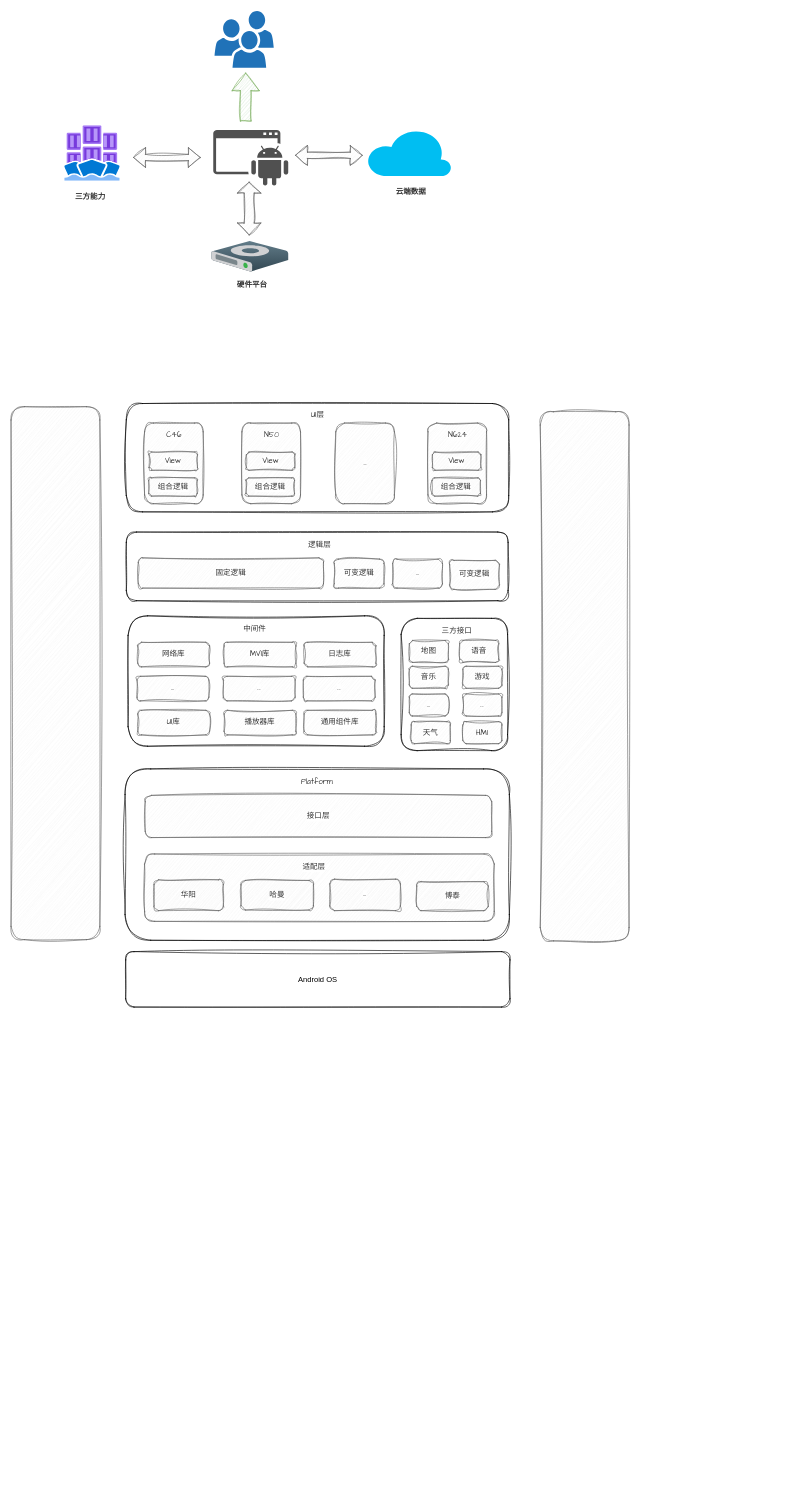
Earlier version of the draw.io diagram PPT.drawio (TryLoveCatch/charts). Source tidied: cells renumbered, new cells numbered last; positions are measured from the earlier drawing's top-left corner, leaving out a move shared by most shapes. Both pictures are drawn from the tidied source at 63%, with x=0, y=0 at pixel (11, 11).
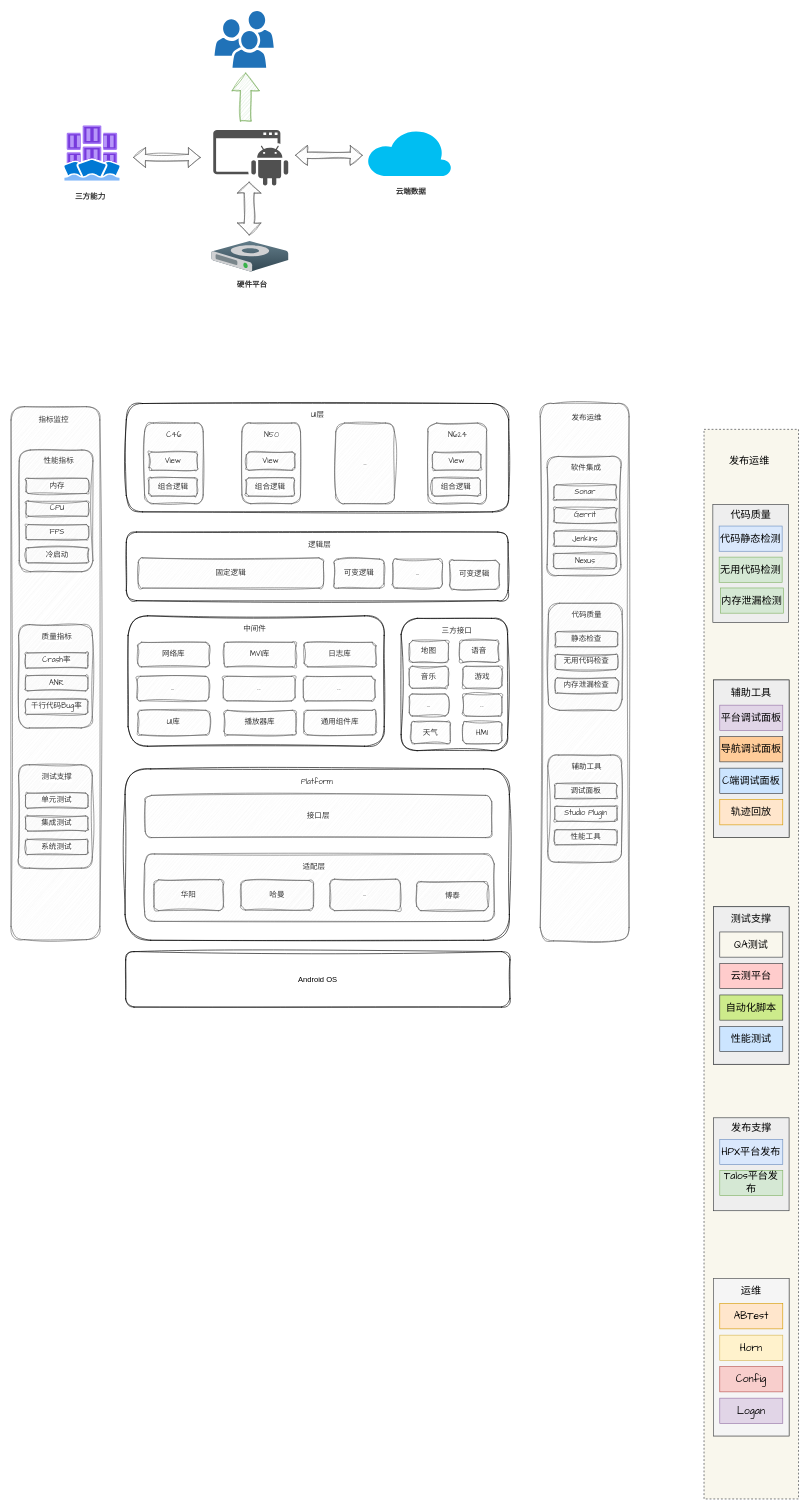
Above is the later version.

Diff of the diagram source:
```diff
@@
     <mxCell id="43" style="rounded=1;whiteSpace=wrap;html=1;sketch=1;jiggle=2;curveFitting=1;strokeColor=#666666;align=center;verticalAlign=middle;fontFamily=Comic Sans MS;fontSize=12;fontColor=#333333;labelBackgroundColor=default;fillColor=#f5f5f5;" parent="1" vertex="1">
-      <mxGeometry x="840" y="636" width="141" height="840" as="geometry" />
+      <mxGeometry x="840" y="623" width="141" height="853" as="geometry" />
     </mxCell>
@@
+    <mxCell id="68" style="rounded=0;whiteSpace=wrap;html=1;dashed=1;fillColor=#f9f7ed;strokeColor=#36393d;fontSize=16;fontFamily=Comic Sans MS;" parent="1" vertex="1">
+      <mxGeometry x="1100" y="664" width="150" height="1697.8" as="geometry" />
+    </mxCell>
+    <mxCell id="69" style="group;fontSize=16;fontFamily=Comic Sans MS;fillColor=#f9f7ed;strokeColor=#36393d;" parent="1" vertex="1">
+      <mxGeometry x="1115" y="1421.8" width="120" height="250" as="geometry" />
+    </mxCell>
+    <mxCell id="70" style="rounded=0;whiteSpace=wrap;html=1;fontSize=16;fontFamily=Comic Sans MS;fillColor=#eeeeee;strokeColor=#36393d;" parent="69" vertex="1">
+      <mxGeometry width="120" height="250" as="geometry" />
+    </mxCell>
+    <mxCell id="71" value="测试支撑" style="text;html=1;strokeColor=none;fillColor=none;align=center;verticalAlign=middle;whiteSpace=wrap;rounded=0;fontSize=16;fontFamily=Comic Sans MS;" parent="69" vertex="1">
+      <mxGeometry x="25" y="10" width="70" height="20" as="geometry" />
+    </mxCell>
+    <mxCell id="72" value="QA测试" style="rounded=0;whiteSpace=wrap;html=1;fontSize=16;fontFamily=Comic Sans MS;fillColor=#f9f7ed;strokeColor=#36393d;" parent="69" vertex="1">
+      <mxGeometry x="10" y="40" width="100" height="40" as="geometry" />
+    </mxCell>
+    <mxCell id="73" value="云测平台" style="rounded=0;whiteSpace=wrap;html=1;fontSize=16;fontFamily=Comic Sans MS;fillColor=#ffcccc;strokeColor=#36393d;" parent="69" vertex="1">
+      <mxGeometry x="10" y="90" width="100" height="40" as="geometry" />
+    </mxCell>
+    <mxCell id="74" value="自动化脚本" style="rounded=0;whiteSpace=wrap;html=1;fontSize=16;fontFamily=Comic Sans MS;fillColor=#cdeb8b;strokeColor=#36393d;" parent="69" vertex="1">
+      <mxGeometry x="10" y="140" width="100" height="40" as="geometry" />
+    </mxCell>
+    <mxCell id="75" value="性能测试" style="rounded=0;whiteSpace=wrap;html=1;fontSize=16;fontFamily=Comic Sans MS;fillColor=#cce5ff;strokeColor=#36393d;" parent="69" vertex="1">
+      <mxGeometry x="10" y="190" width="100" height="40" as="geometry" />
+    </mxCell>
+    <mxCell id="76" style="group;fillColor=#eeeeee;strokeColor=#36393d;fontSize=16;fontFamily=Comic Sans MS;" parent="1" vertex="1">
+      <mxGeometry x="1115" y="2011.8" width="120" height="250" as="geometry" />
+    </mxCell>
+    <mxCell id="77" style="rounded=0;whiteSpace=wrap;html=1;fontSize=16;fontFamily=Comic Sans MS;fillColor=#f5f5f5;strokeColor=#666666;fontColor=#333333;" parent="76" vertex="1">
+      <mxGeometry width="120" height="250" as="geometry" />
+    </mxCell>
+    <mxCell id="78" value="运维" style="text;html=1;strokeColor=none;fillColor=none;align=center;verticalAlign=middle;whiteSpace=wrap;rounded=0;fontSize=16;fontFamily=Comic Sans MS;" parent="76" vertex="1">
+      <mxGeometry x="25" y="10" width="70" height="20" as="geometry" />
+    </mxCell>
+    <mxCell id="79" value="ABTest" style="rounded=0;whiteSpace=wrap;html=1;fontSize=16;fontFamily=Comic Sans MS;fillColor=#ffe6cc;strokeColor=#d79b00;" parent="76" vertex="1">
+      <mxGeometry x="10" y="40" width="100" height="40" as="geometry" />
+    </mxCell>
+    <mxCell id="80" value="Horn" style="rounded=0;whiteSpace=wrap;html=1;fontSize=16;fontFamily=Comic Sans MS;fillColor=#fff2cc;strokeColor=#d6b656;" parent="76" vertex="1">
+      <mxGeometry x="10" y="90" width="100" height="40" as="geometry" />
+    </mxCell>
+    <mxCell id="81" value="Config" style="rounded=0;whiteSpace=wrap;html=1;fontSize=16;fontFamily=Comic Sans MS;fillColor=#f8cecc;strokeColor=#b85450;" parent="76" vertex="1">
+      <mxGeometry x="10" y="140" width="100" height="40" as="geometry" />
+    </mxCell>
+    <mxCell id="82" value="Logan" style="rounded=0;whiteSpace=wrap;html=1;fontSize=16;fontFamily=Comic Sans MS;fillColor=#e1d5e7;strokeColor=#9673a6;" parent="76" vertex="1">
+      <mxGeometry x="10" y="190" width="100" height="40" as="geometry" />
+    </mxCell>
+    <mxCell id="83" style="rounded=0;whiteSpace=wrap;html=1;fontSize=16;fontFamily=Comic Sans MS;fillColor=#eeeeee;strokeColor=#36393d;" parent="1" vertex="1">
+      <mxGeometry x="1114" y="783.2" width="120" height="187.5" as="geometry" />
+    </mxCell>
+    <mxCell id="84" value="代码质量" style="text;html=1;strokeColor=none;fillColor=none;align=center;verticalAlign=middle;whiteSpace=wrap;rounded=0;fontSize=16;fontFamily=Comic Sans MS;" parent="1" vertex="1">
+      <mxGeometry x="1137.5" y="790.2" width="73" height="20" as="geometry" />
+    </mxCell>
+    <mxCell id="85" value="代码静态检测" style="rounded=0;whiteSpace=wrap;html=1;fontSize=16;fontFamily=Comic Sans MS;fillColor=#dae8fc;strokeColor=#6c8ebf;" parent="1" vertex="1">
+      <mxGeometry x="1124" y="817.5" width="100" height="40" as="geometry" />
+    </mxCell>
+    <mxCell id="86" value="无用代码检测" style="rounded=0;whiteSpace=wrap;html=1;fontSize=16;fontFamily=Comic Sans MS;fillColor=#d5e8d4;strokeColor=#82b366;" parent="1" vertex="1">
+      <mxGeometry x="1124" y="866.8" width="100" height="40" as="geometry" />
+    </mxCell>
+    <mxCell id="87" value="发布运维" style="text;html=1;strokeColor=none;fillColor=none;align=center;verticalAlign=middle;whiteSpace=wrap;rounded=0;dashed=1;fontSize=16;fontFamily=Comic Sans MS;" parent="1" vertex="1">
+      <mxGeometry x="1137" y="704" width="70" height="20" as="geometry" />
+    </mxCell>
+    <mxCell id="88" style="rounded=0;whiteSpace=wrap;html=1;fontSize=16;fontFamily=Comic Sans MS;fillColor=#eeeeee;strokeColor=#36393d;" parent="1" vertex="1">
+      <mxGeometry x="1115" y="1756.8" width="120" height="147.5" as="geometry" />
+    </mxCell>
+    <mxCell id="89" value="发布支撑" style="text;html=1;strokeColor=none;fillColor=none;align=center;verticalAlign=middle;whiteSpace=wrap;rounded=0;fontSize=16;fontFamily=Comic Sans MS;" parent="1" vertex="1">
+      <mxGeometry x="1138.5" y="1763.8" width="73" height="20" as="geometry" />
+    </mxCell>
+    <mxCell id="90" value="HPX平台发布" style="rounded=0;whiteSpace=wrap;html=1;fontSize=16;fontFamily=Comic Sans MS;fillColor=#dae8fc;strokeColor=#6c8ebf;" parent="1" vertex="1">
+      <mxGeometry x="1125" y="1791" width="100" height="40" as="geometry" />
+    </mxCell>
+    <mxCell id="91" value="Talos平台发布" style="rounded=0;whiteSpace=wrap;html=1;fontSize=16;fontFamily=Comic Sans MS;fillColor=#d5e8d4;strokeColor=#82b366;" parent="1" vertex="1">
+      <mxGeometry x="1125" y="1840.2" width="100" height="40" as="geometry" />
+    </mxCell>
+    <mxCell id="92" value="内存泄漏检测" style="rounded=0;whiteSpace=wrap;html=1;fontSize=16;fontFamily=Comic Sans MS;fillColor=#d5e8d4;strokeColor=#82b366;" parent="1" vertex="1">
+      <mxGeometry x="1126" y="915.8" width="100" height="40" as="geometry" />
+    </mxCell>
+    <mxCell id="93" style="group;fontSize=16;fontFamily=Comic Sans MS;fillColor=#ffff88;strokeColor=#36393d;" parent="1" vertex="1">
+      <mxGeometry x="1115" y="1061.8" width="120" height="250" as="geometry" />
+    </mxCell>
+    <mxCell id="94" style="rounded=0;whiteSpace=wrap;html=1;fontSize=16;fontFamily=Comic Sans MS;fillColor=#eeeeee;strokeColor=#36393d;" parent="93" vertex="1">
+      <mxGeometry width="120" height="250" as="geometry" />
+    </mxCell>
+    <mxCell id="95" value="辅助工具" style="text;html=1;strokeColor=none;fillColor=none;align=center;verticalAlign=middle;whiteSpace=wrap;rounded=0;fontSize=16;fontFamily=Comic Sans MS;" parent="93" vertex="1">
+      <mxGeometry x="25" y="10" width="70" height="20" as="geometry" />
+    </mxCell>
+    <mxCell id="96" value="平台调试面板" style="rounded=0;whiteSpace=wrap;html=1;fontSize=16;fontFamily=Comic Sans MS;fillColor=#e1d5e7;strokeColor=#9673a6;" parent="93" vertex="1">
+      <mxGeometry x="10" y="40" width="100" height="40" as="geometry" />
+    </mxCell>
+    <mxCell id="97" value="导航调试面板" style="rounded=0;whiteSpace=wrap;html=1;fontSize=16;fontFamily=Comic Sans MS;fillColor=#ffcc99;strokeColor=#36393d;" parent="93" vertex="1">
+      <mxGeometry x="10" y="90" width="100" height="40" as="geometry" />
+    </mxCell>
+    <mxCell id="98" value="C端调试面板" style="rounded=0;whiteSpace=wrap;html=1;fontSize=16;fontFamily=Comic Sans MS;fillColor=#cce5ff;strokeColor=#36393d;" parent="93" vertex="1">
+      <mxGeometry x="10" y="140" width="100" height="40" as="geometry" />
+    </mxCell>
+    <mxCell id="99" value="轨迹回放" style="rounded=0;whiteSpace=wrap;html=1;fontSize=16;fontFamily=Comic Sans MS;fillColor=#ffe6cc;strokeColor=#d79b00;" parent="93" vertex="1">
+      <mxGeometry x="10" y="190" width="100" height="40" as="geometry" />
+    </mxCell>
+    <mxCell id="100" value="发布运维" style="text;html=1;align=center;verticalAlign=middle;whiteSpace=wrap;rounded=0;fontFamily=Comic Sans MS;fontSize=12;fontColor=#333333;labelBackgroundColor=default;" parent="1" vertex="1">
+      <mxGeometry x="883.5" y="631" width="60" height="30" as="geometry" />
+    </mxCell>
+    <mxCell id="101" style="rounded=1;whiteSpace=wrap;html=1;sketch=1;jiggle=2;curveFitting=1;strokeColor=#666666;align=center;verticalAlign=middle;fontFamily=Comic Sans MS;fontSize=12;fontColor=#333333;labelBackgroundColor=default;fillColor=#f5f5f5;" parent="1" vertex="1">
+      <mxGeometry x="851" y="707" width="117" height="189" as="geometry" />
+    </mxCell>
+    <mxCell id="102" value="软件集成" style="text;html=1;align=center;verticalAlign=middle;whiteSpace=wrap;rounded=0;fontFamily=Comic Sans MS;fontSize=12;fontColor=#333333;labelBackgroundColor=default;" parent="1" vertex="1">
+      <mxGeometry x="882.5" y="711" width="60" height="30" as="geometry" />
+    </mxCell>
+    <mxCell id="103" value="Sonar" style="rounded=1;whiteSpace=wrap;html=1;sketch=1;jiggle=2;curveFitting=1;strokeColor=#666666;align=center;verticalAlign=middle;fontFamily=Comic Sans MS;fontSize=12;fontColor=#333333;labelBackgroundColor=default;fillColor=#f5f5f5;" parent="1" vertex="1">
+      <mxGeometry x="862" y="752" width="99" height="24" as="geometry" />
+    </mxCell>
+    <mxCell id="104" value="Gerrit" style="rounded=1;whiteSpace=wrap;html=1;sketch=1;jiggle=2;curveFitting=1;strokeColor=#666666;align=center;verticalAlign=middle;fontFamily=Comic Sans MS;fontSize=12;fontColor=#333333;labelBackgroundColor=default;fillColor=#f5f5f5;" parent="1" vertex="1">
+      <mxGeometry x="862" y="788.2" width="99" height="24" as="geometry" />
+    </mxCell>
+    <mxCell id="105" value="Jenkins" style="rounded=1;whiteSpace=wrap;html=1;sketch=1;jiggle=2;curveFitting=1;strokeColor=#666666;align=center;verticalAlign=middle;fontFamily=Comic Sans MS;fontSize=12;fontColor=#333333;labelBackgroundColor=default;fillColor=#f5f5f5;" parent="1" vertex="1">
+      <mxGeometry x="862" y="825.5" width="99" height="24" as="geometry" />
+    </mxCell>
+    <mxCell id="106" style="rounded=1;whiteSpace=wrap;html=1;sketch=1;jiggle=2;curveFitting=1;strokeColor=#666666;align=center;verticalAlign=middle;fontFamily=Comic Sans MS;fontSize=12;fontColor=#333333;labelBackgroundColor=default;fillColor=#f5f5f5;" parent="1" vertex="1">
+      <mxGeometry x="853" y="940" width="117" height="170" as="geometry" />
+    </mxCell>
+    <mxCell id="107" value="代码质量" style="text;html=1;align=center;verticalAlign=middle;whiteSpace=wrap;rounded=0;fontFamily=Comic Sans MS;fontSize=12;fontColor=#333333;labelBackgroundColor=default;" parent="1" vertex="1">
+      <mxGeometry x="883.5" y="943.9" width="60" height="30" as="geometry" />
+    </mxCell>
+    <mxCell id="108" value="静态检查" style="rounded=1;whiteSpace=wrap;html=1;sketch=1;jiggle=2;curveFitting=1;strokeColor=#666666;align=center;verticalAlign=middle;fontFamily=Comic Sans MS;fontSize=12;fontColor=#333333;labelBackgroundColor=default;fillColor=#f5f5f5;" parent="1" vertex="1">
+      <mxGeometry x="864" y="985" width="99" height="24" as="geometry" />
+    </mxCell>
+    <mxCell id="109" value="无用代码检查" style="rounded=1;whiteSpace=wrap;html=1;sketch=1;jiggle=2;curveFitting=1;strokeColor=#666666;align=center;verticalAlign=middle;fontFamily=Comic Sans MS;fontSize=12;fontColor=#333333;labelBackgroundColor=default;fillColor=#f5f5f5;" parent="1" vertex="1">
+      <mxGeometry x="864" y="1021.2" width="99" height="24" as="geometry" />
+    </mxCell>
+    <mxCell id="110" value="内存泄漏检查" style="rounded=1;whiteSpace=wrap;html=1;sketch=1;jiggle=2;curveFitting=1;strokeColor=#666666;align=center;verticalAlign=middle;fontFamily=Comic Sans MS;fontSize=12;fontColor=#333333;labelBackgroundColor=default;fillColor=#f5f5f5;" parent="1" vertex="1">
+      <mxGeometry x="864" y="1058.5" width="99" height="24" as="geometry" />
+    </mxCell>
+    <mxCell id="111" value="Nexus" style="rounded=1;whiteSpace=wrap;html=1;sketch=1;jiggle=2;curveFitting=1;strokeColor=#666666;align=center;verticalAlign=middle;fontFamily=Comic Sans MS;fontSize=12;fontColor=#333333;labelBackgroundColor=default;fillColor=#f5f5f5;" parent="1" vertex="1">
+      <mxGeometry x="861.5" y="861" width="99" height="24" as="geometry" />
+    </mxCell>
+    <mxCell id="112" style="rounded=1;whiteSpace=wrap;html=1;sketch=1;jiggle=2;curveFitting=1;strokeColor=#666666;align=center;verticalAlign=middle;fontFamily=Comic Sans MS;fontSize=12;fontColor=#333333;labelBackgroundColor=default;fillColor=#f5f5f5;" parent="1" vertex="1">
+      <mxGeometry x="852" y="1181" width="117" height="170" as="geometry" />
+    </mxCell>
+    <mxCell id="113" value="辅助工具" style="text;html=1;align=center;verticalAlign=middle;whiteSpace=wrap;rounded=0;fontFamily=Comic Sans MS;fontSize=12;fontColor=#333333;labelBackgroundColor=default;" parent="1" vertex="1">
+      <mxGeometry x="883.5" y="1185" width="60" height="30" as="geometry" />
+    </mxCell>
+    <mxCell id="114" value="调试面板" style="rounded=1;whiteSpace=wrap;html=1;sketch=1;jiggle=2;curveFitting=1;strokeColor=#666666;align=center;verticalAlign=middle;fontFamily=Comic Sans MS;fontSize=12;fontColor=#333333;labelBackgroundColor=default;fillColor=#f5f5f5;" parent="1" vertex="1">
+      <mxGeometry x="863" y="1226" width="99" height="24" as="geometry" />
+    </mxCell>
+    <mxCell id="115" value="Studio Plugin" style="rounded=1;whiteSpace=wrap;html=1;sketch=1;jiggle=2;curveFitting=1;strokeColor=#666666;align=center;verticalAlign=middle;fontFamily=Comic Sans MS;fontSize=12;fontColor=#333333;labelBackgroundColor=default;fillColor=#f5f5f5;" parent="1" vertex="1">
+      <mxGeometry x="863" y="1262.2" width="99" height="24" as="geometry" />
+    </mxCell>
+    <mxCell id="116" value="性能工具" style="rounded=1;whiteSpace=wrap;html=1;sketch=1;jiggle=2;curveFitting=1;strokeColor=#666666;align=center;verticalAlign=middle;fontFamily=Comic Sans MS;fontSize=12;fontColor=#333333;labelBackgroundColor=default;fillColor=#f5f5f5;" parent="1" vertex="1">
+      <mxGeometry x="863" y="1299.5" width="99" height="24" as="geometry" />
+    </mxCell>
+    <mxCell id="117" style="rounded=1;whiteSpace=wrap;html=1;sketch=1;jiggle=2;curveFitting=1;strokeColor=#666666;align=center;verticalAlign=middle;fontFamily=Comic Sans MS;fontSize=12;fontColor=#333333;labelBackgroundColor=default;fillColor=#f5f5f5;" parent="1" vertex="1">
+      <mxGeometry x="13" y="696.8" width="117" height="193.2" as="geometry" />
+    </mxCell>
+    <mxCell id="118" value="性能指标" style="text;html=1;align=center;verticalAlign=middle;whiteSpace=wrap;rounded=0;fontFamily=Comic Sans MS;fontSize=12;fontColor=#333333;labelBackgroundColor=default;" parent="1" vertex="1">
+      <mxGeometry x="45.5" y="700" width="60" height="30" as="geometry" />
+    </mxCell>
+    <mxCell id="119" value="内存" style="rounded=1;whiteSpace=wrap;html=1;sketch=1;jiggle=2;curveFitting=1;strokeColor=#666666;align=center;verticalAlign=middle;fontFamily=Comic Sans MS;fontSize=12;fontColor=#333333;labelBackgroundColor=default;fillColor=#f5f5f5;" parent="1" vertex="1">
+      <mxGeometry x="24" y="741.8" width="99" height="24" as="geometry" />
+    </mxCell>
+    <mxCell id="120" value="CPU" style="rounded=1;whiteSpace=wrap;html=1;sketch=1;jiggle=2;curveFitting=1;strokeColor=#666666;align=center;verticalAlign=middle;fontFamily=Comic Sans MS;fontSize=12;fontColor=#333333;labelBackgroundColor=default;fillColor=#f5f5f5;" parent="1" vertex="1">
+      <mxGeometry x="24" y="778" width="99" height="24" as="geometry" />
+    </mxCell>
+    <mxCell id="121" value="FPS" style="rounded=1;whiteSpace=wrap;html=1;sketch=1;jiggle=2;curveFitting=1;strokeColor=#666666;align=center;verticalAlign=middle;fontFamily=Comic Sans MS;fontSize=12;fontColor=#333333;labelBackgroundColor=default;fillColor=#f5f5f5;" parent="1" vertex="1">
+      <mxGeometry x="24" y="815.2" width="99" height="24" as="geometry" />
+    </mxCell>
+    <mxCell id="122" value="指标监控" style="text;html=1;align=center;verticalAlign=middle;whiteSpace=wrap;rounded=0;fontFamily=Comic Sans MS;fontSize=12;fontColor=#333333;labelBackgroundColor=default;" parent="1" vertex="1">
+      <mxGeometry x="38" y="635" width="60" height="30" as="geometry" />
+    </mxCell>
+    <mxCell id="123" value="冷启动" style="rounded=1;whiteSpace=wrap;html=1;sketch=1;jiggle=2;curveFitting=1;strokeColor=#666666;align=center;verticalAlign=middle;fontFamily=Comic Sans MS;fontSize=12;fontColor=#333333;labelBackgroundColor=default;fillColor=#f5f5f5;" parent="1" vertex="1">
+      <mxGeometry x="24" y="852" width="99" height="24" as="geometry" />
+    </mxCell>
+    <mxCell id="124" style="rounded=1;whiteSpace=wrap;html=1;sketch=1;jiggle=2;curveFitting=1;strokeColor=#666666;align=center;verticalAlign=middle;fontFamily=Comic Sans MS;fontSize=12;fontColor=#333333;labelBackgroundColor=default;fillColor=#f5f5f5;" parent="1" vertex="1">
+      <mxGeometry x="12" y="973.9" width="117" height="164.1" as="geometry" />
+    </mxCell>
+    <mxCell id="125" value="质量指标" style="text;html=1;align=center;verticalAlign=middle;whiteSpace=wrap;rounded=0;fontFamily=Comic Sans MS;fontSize=12;fontColor=#333333;labelBackgroundColor=default;" parent="1" vertex="1">
+      <mxGeometry x="42.5" y="979" width="60" height="30" as="geometry" />
+    </mxCell>
+    <mxCell id="126" value="Crash率" style="rounded=1;whiteSpace=wrap;html=1;sketch=1;jiggle=2;curveFitting=1;strokeColor=#666666;align=center;verticalAlign=middle;fontFamily=Comic Sans MS;fontSize=12;fontColor=#333333;labelBackgroundColor=default;fillColor=#f5f5f5;" parent="1" vertex="1">
+      <mxGeometry x="23" y="1018.9" width="99" height="24" as="geometry" />
+    </mxCell>
+    <mxCell id="127" value="ANR" style="rounded=1;whiteSpace=wrap;html=1;sketch=1;jiggle=2;curveFitting=1;strokeColor=#666666;align=center;verticalAlign=middle;fontFamily=Comic Sans MS;fontSize=12;fontColor=#333333;labelBackgroundColor=default;fillColor=#f5f5f5;" parent="1" vertex="1">
+      <mxGeometry x="23" y="1055.1" width="99" height="24" as="geometry" />
+    </mxCell>
+    <mxCell id="128" value="千行代码Bug率" style="rounded=1;whiteSpace=wrap;html=1;sketch=1;jiggle=2;curveFitting=1;strokeColor=#666666;align=center;verticalAlign=middle;fontFamily=Comic Sans MS;fontSize=12;fontColor=#333333;labelBackgroundColor=default;fillColor=#f5f5f5;" parent="1" vertex="1">
+      <mxGeometry x="23" y="1092.4" width="99" height="24" as="geometry" />
+    </mxCell>
+    <mxCell id="129" style="rounded=1;whiteSpace=wrap;html=1;sketch=1;jiggle=2;curveFitting=1;strokeColor=#666666;align=center;verticalAlign=middle;fontFamily=Comic Sans MS;fontSize=12;fontColor=#333333;labelBackgroundColor=default;fillColor=#f5f5f5;" parent="1" vertex="1">
+      <mxGeometry x="12" y="1196.4" width="117" height="164.1" as="geometry" />
+    </mxCell>
+    <mxCell id="130" value="测试支撑" style="text;html=1;align=center;verticalAlign=middle;whiteSpace=wrap;rounded=0;fontFamily=Comic Sans MS;fontSize=12;fontColor=#333333;labelBackgroundColor=default;" parent="1" vertex="1">
+      <mxGeometry x="42.5" y="1201.6" width="60" height="30" as="geometry" />
+    </mxCell>
+    <mxCell id="131" value="单元测试" style="rounded=1;whiteSpace=wrap;html=1;sketch=1;jiggle=2;curveFitting=1;strokeColor=#666666;align=center;verticalAlign=middle;fontFamily=Comic Sans MS;fontSize=12;fontColor=#333333;labelBackgroundColor=default;fillColor=#f5f5f5;" parent="1" vertex="1">
+      <mxGeometry x="23" y="1241.4" width="99" height="24" as="geometry" />
+    </mxCell>
+    <mxCell id="132" value="集成测试" style="rounded=1;whiteSpace=wrap;html=1;sketch=1;jiggle=2;curveFitting=1;strokeColor=#666666;align=center;verticalAlign=middle;fontFamily=Comic Sans MS;fontSize=12;fontColor=#333333;labelBackgroundColor=default;fillColor=#f5f5f5;" parent="1" vertex="1">
+      <mxGeometry x="23" y="1277.7" width="99" height="24" as="geometry" />
+    </mxCell>
+    <mxCell id="133" value="系统测试" style="rounded=1;whiteSpace=wrap;html=1;sketch=1;jiggle=2;curveFitting=1;strokeColor=#666666;align=center;verticalAlign=middle;fontFamily=Comic Sans MS;fontSize=12;fontColor=#333333;labelBackgroundColor=default;fillColor=#f5f5f5;" parent="1" vertex="1">
+      <mxGeometry x="23" y="1314.9" width="99" height="24" as="geometry" />
+    </mxCell>
```
